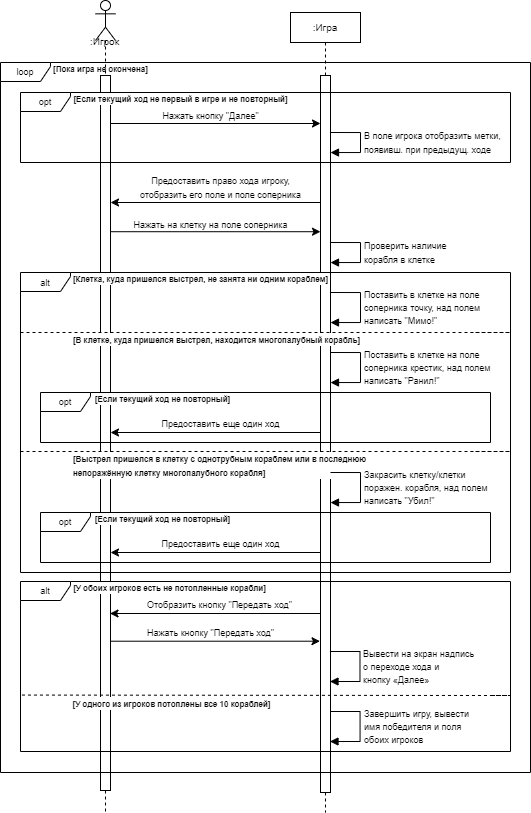
Earlier version of the draw.io export images/lab3_pr4.png (katefomkina/sea-battle). Source tidied: cells renumbered, new cells last; positions are measured from the earlier drawing's top-left corner, leaving out a move shared by most shapes. Its diagram source:
```xml
<mxGraphModel>
  <root>
    <mxCell id="0" />
    <mxCell id="1" parent="0" />
    <mxCell id="2" style="shape=umlLifeline;perimeter=lifelinePerimeter;whiteSpace=wrap;html=1;newEdgeStyle={&quot;curved&quot;:0,&quot;rounded&quot;:0};participant=umlActor;" parent="1" vertex="1">
      <mxGeometry x="95" width="20" height="812" as="geometry" />
    </mxCell>
    <mxCell id="3" style="html=1;perimeter=orthogonalPerimeter;targetShapes=umlLifeline;newEdgeStyle={&quot;curved&quot;:0,&quot;rounded&quot;:0};" parent="2" vertex="1">
      <mxGeometry x="5" y="75" width="10" height="715" as="geometry" />
    </mxCell>
    <mxCell id="4" value="&lt;font style=&quot;font-size: 10px;&quot;&gt;:Игра&lt;/font&gt;" style="shape=umlLifeline;perimeter=lifelinePerimeter;whiteSpace=wrap;html=1;newEdgeStyle={&quot;curved&quot;:0,&quot;rounded&quot;:0};size=30;" parent="1" vertex="1">
      <mxGeometry x="290" y="12" width="70" height="800" as="geometry" />
    </mxCell>
    <mxCell id="5" style="html=1;perimeter=orthogonalPerimeter;targetShapes=umlLifeline;newEdgeStyle={&quot;curved&quot;:0,&quot;rounded&quot;:0};" parent="4" vertex="1">
      <mxGeometry x="30" y="63" width="10" height="717" as="geometry" />
    </mxCell>
    <mxCell id="6" value="&lt;font style=&quot;font-size: 10px;&quot;&gt;:Игрок&lt;/font&gt;" style="text;html=1;align=center;verticalAlign=middle;strokeColor=none;fillColor=none;" parent="1" vertex="1">
      <mxGeometry x="79" y="26" width="50" height="30" as="geometry" />
    </mxCell>
    <mxCell id="7" style="endArrow=classic;html=1;rounded=0;" parent="1" edge="1">
      <mxGeometry relative="1" as="geometry">
        <mxPoint x="320" y="202" as="sourcePoint" />
        <mxPoint x="110" y="202" as="targetPoint" />
      </mxGeometry>
    </mxCell>
    <mxCell id="8" value="&lt;div&gt;&lt;br&gt;&lt;/div&gt;" style="edgeLabel;html=1;align=center;verticalAlign=middle;" parent="7" vertex="1">
      <mxGeometry x="0.15" y="2" relative="1" as="geometry">
        <mxPoint x="16" y="-18" as="offset" />
      </mxGeometry>
    </mxCell>
    <mxCell id="9" value="&lt;font style=&quot;font-size: 9px;&quot;&gt;Предоставить право хода игроку,&lt;br&gt;отобразить его поле и поле соперника&lt;/font&gt;" style="edgeLabel;html=1;align=center;verticalAlign=middle;" parent="7" vertex="1">
      <mxGeometry x="-0.11" relative="1" as="geometry">
        <mxPoint x="-8" y="-15" as="offset" />
      </mxGeometry>
    </mxCell>
    <mxCell id="10" style="endArrow=classic;html=1;rounded=0;" parent="1" edge="1">
      <mxGeometry relative="1" as="geometry">
        <mxPoint x="110" y="231.2" as="sourcePoint" />
        <mxPoint x="320" y="231.2" as="targetPoint" />
      </mxGeometry>
    </mxCell>
    <mxCell id="11" value="&lt;font style=&quot;font-size: 9px;&quot;&gt;Нажать на клетку на поле соперника&lt;/font&gt;" style="edgeLabel;html=1;align=center;verticalAlign=middle;" parent="10" vertex="1">
      <mxGeometry x="0.17" y="1" relative="1" as="geometry">
        <mxPoint x="-23" y="-7" as="offset" />
      </mxGeometry>
    </mxCell>
    <mxCell id="12" value="&lt;font style=&quot;font-size: 9px;&quot;&gt;loop&lt;/font&gt;" style="shape=umlFrame;whiteSpace=wrap;html=1;width=50;height=19;" parent="1" vertex="1">
      <mxGeometry y="62" width="530" height="710" as="geometry" />
    </mxCell>
    <mxCell id="13" value="&lt;b&gt;&lt;font style=&quot;font-size: 8px;&quot;&gt;[Пока игра&amp;nbsp;&lt;/font&gt;&lt;span style=&quot;font-size: 8px; background-color: initial;&quot;&gt;не окончена]&lt;/span&gt;&lt;/b&gt;" style="text;html=1;align=left;verticalAlign=middle;strokeColor=none;fillColor=none;" parent="1" vertex="1">
      <mxGeometry x="51" y="53" width="120" height="30" as="geometry" />
    </mxCell>
    <mxCell id="14" style="endArrow=classic;html=1;rounded=0;" parent="1" edge="1">
      <mxGeometry relative="1" as="geometry">
        <mxPoint x="110" y="123" as="sourcePoint" />
        <mxPoint x="320" y="123" as="targetPoint" />
      </mxGeometry>
    </mxCell>
    <mxCell id="15" value="&lt;font style=&quot;font-size: 9px;&quot;&gt;Нажать кнопку &quot;Далее&quot;&lt;/font&gt;" style="edgeLabel;html=1;align=center;verticalAlign=middle;" parent="14" vertex="1">
      <mxGeometry x="0.17" y="1" relative="1" as="geometry">
        <mxPoint x="-23" y="-7" as="offset" />
      </mxGeometry>
    </mxCell>
    <mxCell id="16" value="&lt;font style=&quot;font-size: 8px;&quot;&gt;&lt;b&gt;[Если текущий ход не первый в игре и не повторный]&lt;/b&gt;&lt;/font&gt;" style="edgeLabel;html=1;align=center;verticalAlign=middle;" parent="1" vertex="1">
      <mxGeometry x="180" y="98" as="geometry" />
    </mxCell>
    <mxCell id="17" value="&lt;font style=&quot;font-size: 9px;&quot;&gt;opt&lt;/font&gt;" style="shape=umlFrame;whiteSpace=wrap;html=1;width=50;height=19;" parent="1" vertex="1">
      <mxGeometry x="20" y="92" width="490" height="70" as="geometry" />
    </mxCell>
    <mxCell id="18" value="&lt;font style=&quot;font-size: 9px;&quot;&gt;&lt;font style=&quot;text-align: center;&quot;&gt;В поле игрока отобразить метки,&lt;/font&gt;&lt;/font&gt;&lt;div&gt;&lt;font style=&quot;font-size: 9px;&quot;&gt;&lt;font style=&quot;text-align: center;&quot;&gt;появивш.&amp;nbsp;&lt;/font&gt;&lt;span style=&quot;text-align: center;&quot;&gt;при предыдущ. ходе&lt;/span&gt;&lt;/font&gt;&lt;/div&gt;" style="html=1;align=left;spacingLeft=2;endArrow=block;rounded=0;edgeStyle=orthogonalEdgeStyle;curved=0;rounded=0;" parent="1" edge="1">
      <mxGeometry relative="1" as="geometry">
        <mxPoint x="330" y="132" as="sourcePoint" />
        <mxPoint x="330" y="152" as="targetPoint" />
        <Array as="points">
          <mxPoint x="360" y="132" />
          <mxPoint x="360" y="152" />
          <mxPoint x="330" y="152" />
        </Array>
      </mxGeometry>
    </mxCell>
    <mxCell id="19" value="&lt;font style=&quot;font-size: 9px;&quot;&gt;Проверить наличие&lt;/font&gt;&lt;div&gt;&lt;font style=&quot;font-size: 9px;&quot;&gt;корабля&amp;nbsp;&lt;/font&gt;&lt;span style=&quot;font-size: 9px;&quot;&gt;в клетке&lt;/span&gt;&lt;/div&gt;" style="html=1;align=left;spacingLeft=2;endArrow=block;rounded=0;edgeStyle=orthogonalEdgeStyle;curved=0;rounded=0;" parent="1" edge="1">
      <mxGeometry relative="1" as="geometry">
        <mxPoint x="330" y="242" as="sourcePoint" />
        <mxPoint x="330" y="262" as="targetPoint" />
        <Array as="points">
          <mxPoint x="360" y="242" />
          <mxPoint x="360" y="262" />
          <mxPoint x="330" y="262" />
        </Array>
      </mxGeometry>
    </mxCell>
    <mxCell id="20" value="&lt;font style=&quot;&quot;&gt;&lt;b style=&quot;font-size: 8px;&quot;&gt;[&lt;/b&gt;&lt;span style=&quot;font-size: 8px;&quot;&gt;&lt;b&gt;Клетка, куда пришелся выстрел, не занята ни одним кораблем&lt;/b&gt;&lt;/span&gt;&lt;b style=&quot;font-size: 8px;&quot;&gt;]&lt;/b&gt;&lt;/font&gt;" style="edgeLabel;html=1;align=center;verticalAlign=middle;" parent="1" vertex="1">
      <mxGeometry x="200" y="278" as="geometry" />
    </mxCell>
    <mxCell id="21" value="&lt;font style=&quot;font-size: 9px;&quot;&gt;alt&lt;/font&gt;" style="shape=umlFrame;whiteSpace=wrap;html=1;width=50;height=19;" parent="1" vertex="1">
      <mxGeometry x="20" y="272" width="490" height="300" as="geometry" />
    </mxCell>
    <mxCell id="22" value="&lt;font style=&quot;font-size: 9px;&quot;&gt;Поставить в клетке на поле&lt;/font&gt;&lt;div&gt;&lt;font style=&quot;font-size: 9px;&quot;&gt;соперника точку, над полем&lt;/font&gt;&lt;/div&gt;&lt;div&gt;&lt;span style=&quot;font-size: 9px;&quot;&gt;написать &quot;Мимо!&quot;&lt;/span&gt;&lt;/div&gt;" style="html=1;align=left;spacingLeft=2;endArrow=block;rounded=0;edgeStyle=orthogonalEdgeStyle;curved=0;rounded=0;" parent="1" edge="1">
      <mxGeometry relative="1" as="geometry">
        <mxPoint x="330" y="292" as="sourcePoint" />
        <mxPoint x="330" y="322" as="targetPoint" />
        <Array as="points">
          <mxPoint x="360" y="292" />
          <mxPoint x="360" y="322" />
          <mxPoint x="330" y="322" />
        </Array>
      </mxGeometry>
    </mxCell>
    <mxCell id="23" style="endArrow=none;dashed=1;html=1;rounded=0;" parent="1" edge="1">
      <mxGeometry relative="1" as="geometry">
        <mxPoint x="20" y="332" as="sourcePoint" />
        <mxPoint x="470" y="332" as="targetPoint" />
        <Array as="points">
          <mxPoint x="470" y="332" />
          <mxPoint x="510" y="332" />
        </Array>
      </mxGeometry>
    </mxCell>
    <mxCell id="24" value="&lt;font style=&quot;&quot;&gt;&lt;b style=&quot;font-size: 8px;&quot;&gt;[&lt;/b&gt;&lt;span style=&quot;font-size: 8px;&quot;&gt;&lt;b&gt;В клетке, куда пришелся выстрел, находится многопалубный корабль&lt;/b&gt;&lt;/span&gt;&lt;b style=&quot;font-size: 8px;&quot;&gt;]&lt;/b&gt;&lt;/font&gt;" style="edgeLabel;html=1;align=center;verticalAlign=middle;" parent="1" vertex="1">
      <mxGeometry x="216" y="339" as="geometry" />
    </mxCell>
    <mxCell id="25" value="&lt;font style=&quot;font-size: 9px;&quot;&gt;Поставить в клетке на поле&lt;/font&gt;&lt;div&gt;&lt;font style=&quot;font-size: 9px;&quot;&gt;соперника крестик, над полем&lt;/font&gt;&lt;/div&gt;&lt;div&gt;&lt;span style=&quot;font-size: 9px;&quot;&gt;написать &quot;Ранил!&quot;&lt;/span&gt;&lt;/div&gt;" style="html=1;align=left;spacingLeft=2;endArrow=block;rounded=0;edgeStyle=orthogonalEdgeStyle;curved=0;rounded=0;" parent="1" edge="1">
      <mxGeometry relative="1" as="geometry">
        <mxPoint x="329.9" y="352" as="sourcePoint" />
        <mxPoint x="330" y="382" as="targetPoint" />
        <Array as="points">
          <mxPoint x="360" y="352" />
          <mxPoint x="360" y="382" />
          <mxPoint x="330" y="382" />
        </Array>
      </mxGeometry>
    </mxCell>
    <mxCell id="26" style="endArrow=classic;html=1;rounded=0;" parent="1" edge="1">
      <mxGeometry relative="1" as="geometry">
        <mxPoint x="320" y="432" as="sourcePoint" />
        <mxPoint x="110" y="432" as="targetPoint" />
      </mxGeometry>
    </mxCell>
    <mxCell id="27" value="&lt;div&gt;&lt;br&gt;&lt;/div&gt;" style="edgeLabel;html=1;align=center;verticalAlign=middle;" parent="26" vertex="1">
      <mxGeometry x="0.15" y="2" relative="1" as="geometry">
        <mxPoint x="16" y="-18" as="offset" />
      </mxGeometry>
    </mxCell>
    <mxCell id="28" value="&lt;font style=&quot;font-size: 9px;&quot;&gt;Предоставить еще один ход&lt;br&gt;&lt;/font&gt;" style="edgeLabel;html=1;align=center;verticalAlign=middle;" parent="26" vertex="1">
      <mxGeometry x="-0.11" relative="1" as="geometry">
        <mxPoint x="-8" y="-9" as="offset" />
      </mxGeometry>
    </mxCell>
    <mxCell id="29" value="&lt;font style=&quot;&quot;&gt;&lt;b style=&quot;font-size: 8px;&quot;&gt;[&lt;/b&gt;&lt;span style=&quot;font-size: 8px;&quot;&gt;&lt;b&gt;Выстрел пришелся в клетку с однотрубным кораблем или в последнюю&lt;/b&gt;&lt;/span&gt;&lt;/font&gt;&lt;div style=&quot;text-align: left;&quot;&gt;&lt;font style=&quot;&quot;&gt;&lt;span style=&quot;font-size: 8px;&quot;&gt;&lt;b&gt;непоражённую клетку многопалубного корабля&lt;/b&gt;&lt;/span&gt;&lt;b style=&quot;font-size: 8px;&quot;&gt;]&lt;/b&gt;&lt;/font&gt;&lt;/div&gt;" style="edgeLabel;html=1;align=center;verticalAlign=middle;" parent="1" vertex="1">
      <mxGeometry x="219" y="465" as="geometry" />
    </mxCell>
    <mxCell id="30" style="endArrow=none;dashed=1;html=1;rounded=0;" parent="1" edge="1">
      <mxGeometry relative="1" as="geometry">
        <mxPoint x="20" y="451" as="sourcePoint" />
        <mxPoint x="470" y="451" as="targetPoint" />
        <Array as="points">
          <mxPoint x="470" y="451" />
          <mxPoint x="510" y="451" />
        </Array>
      </mxGeometry>
    </mxCell>
    <mxCell id="31" value="&lt;font style=&quot;font-size: 9px;&quot;&gt;Закрасить клетку/клетки&lt;/font&gt;&lt;div&gt;&lt;font style=&quot;font-size: 9px;&quot;&gt;поражен.&amp;nbsp;&lt;/font&gt;&lt;font style=&quot;font-size: 9px;&quot;&gt;корабля&lt;/font&gt;&lt;span style=&quot;font-size: 9px;&quot;&gt;, над полем&lt;/span&gt;&lt;div&gt;&lt;span style=&quot;font-size: 9px;&quot;&gt;написать &quot;Убил!&quot;&lt;/span&gt;&lt;/div&gt;&lt;/div&gt;" style="html=1;align=left;spacingLeft=2;endArrow=block;rounded=0;edgeStyle=orthogonalEdgeStyle;curved=0;rounded=0;" parent="1" edge="1">
      <mxGeometry relative="1" as="geometry">
        <mxPoint x="330" y="472" as="sourcePoint" />
        <mxPoint x="330" y="502" as="targetPoint" />
        <Array as="points">
          <mxPoint x="360" y="472" />
          <mxPoint x="360" y="502" />
          <mxPoint x="330" y="502" />
        </Array>
      </mxGeometry>
    </mxCell>
    <mxCell id="32" value="&lt;font style=&quot;&quot;&gt;&lt;b style=&quot;font-size: 8px;&quot;&gt;[У обоих игроков есть не потопленные корабли&lt;/b&gt;&lt;b style=&quot;font-size: 8px;&quot;&gt;]&lt;/b&gt;&lt;/font&gt;" style="edgeLabel;html=1;align=center;verticalAlign=middle;" parent="1" vertex="1">
      <mxGeometry x="168.5" y="587" as="geometry" />
    </mxCell>
    <mxCell id="33" value="&lt;font style=&quot;font-size: 9px;&quot;&gt;alt&lt;/font&gt;" style="shape=umlFrame;whiteSpace=wrap;html=1;width=50;height=19;" parent="1" vertex="1">
      <mxGeometry x="20" y="581" width="490" height="170" as="geometry" />
    </mxCell>
    <mxCell id="34" style="endArrow=classic;html=1;rounded=0;" parent="1" edge="1">
      <mxGeometry relative="1" as="geometry">
        <mxPoint x="319.5" y="613" as="sourcePoint" />
        <mxPoint x="109.5" y="613" as="targetPoint" />
      </mxGeometry>
    </mxCell>
    <mxCell id="35" value="&lt;div&gt;&lt;br&gt;&lt;/div&gt;" style="edgeLabel;html=1;align=center;verticalAlign=middle;" parent="34" vertex="1">
      <mxGeometry x="0.15" y="2" relative="1" as="geometry">
        <mxPoint x="16" y="-18" as="offset" />
      </mxGeometry>
    </mxCell>
    <mxCell id="36" value="&lt;font style=&quot;font-size: 9px;&quot;&gt;Отобразить кнопку &quot;Передать ход&quot;&lt;br&gt;&lt;/font&gt;" style="edgeLabel;html=1;align=center;verticalAlign=middle;" parent="34" vertex="1">
      <mxGeometry x="-0.11" relative="1" as="geometry">
        <mxPoint x="-8" y="-9" as="offset" />
      </mxGeometry>
    </mxCell>
    <mxCell id="37" style="endArrow=classic;html=1;rounded=0;" parent="1" edge="1">
      <mxGeometry relative="1" as="geometry">
        <mxPoint x="109.5" y="640.7" as="sourcePoint" />
        <mxPoint x="319.5" y="640.7" as="targetPoint" />
      </mxGeometry>
    </mxCell>
    <mxCell id="38" value="&lt;font style=&quot;font-size: 9px;&quot;&gt;Нажать кнопку &quot;Передать ход&quot;&lt;/font&gt;" style="edgeLabel;html=1;align=center;verticalAlign=middle;" parent="37" vertex="1">
      <mxGeometry x="0.17" y="1" relative="1" as="geometry">
        <mxPoint x="-23" y="-8" as="offset" />
      </mxGeometry>
    </mxCell>
    <mxCell id="39" value="&lt;font style=&quot;font-size: 9px;&quot;&gt;Вывести на экран надпись&lt;/font&gt;&lt;div&gt;&lt;font style=&quot;font-size: 9px;&quot;&gt;о переходе хода&amp;nbsp;&lt;/font&gt;&lt;span style=&quot;font-size: 9px;&quot;&gt;и&lt;/span&gt;&lt;/div&gt;&lt;div&gt;&lt;span style=&quot;font-size: 9px;&quot;&gt;кнопку «Далее»&lt;/span&gt;&lt;/div&gt;" style="html=1;align=left;spacingLeft=2;endArrow=block;rounded=0;edgeStyle=orthogonalEdgeStyle;curved=0;rounded=0;" parent="1" edge="1">
      <mxGeometry relative="1" as="geometry">
        <mxPoint x="329.4" y="651" as="sourcePoint" />
        <mxPoint x="329.5" y="681" as="targetPoint" />
        <Array as="points">
          <mxPoint x="359.5" y="651" />
          <mxPoint x="359.5" y="681" />
          <mxPoint x="329.5" y="681" />
        </Array>
      </mxGeometry>
    </mxCell>
    <mxCell id="40" style="endArrow=none;dashed=1;html=1;rounded=0;exitX=0.003;exitY=0.668;exitDx=0;exitDy=0;exitPerimeter=0;" parent="1" edge="1" source="33">
      <mxGeometry relative="1" as="geometry">
        <mxPoint x="490.5" y="695" as="targetPoint" />
        <Array as="points">
          <mxPoint x="490.5" y="695" />
          <mxPoint x="510" y="695" />
        </Array>
      </mxGeometry>
    </mxCell>
    <mxCell id="41" value="&lt;font style=&quot;&quot;&gt;&lt;b style=&quot;font-size: 8px;&quot;&gt;[У одного из игроков&amp;nbsp;потоплены все 10 кораблей&lt;/b&gt;&lt;b style=&quot;font-size: 8px;&quot;&gt;]&lt;/b&gt;&lt;/font&gt;" style="edgeLabel;html=1;align=center;verticalAlign=middle;" parent="1" vertex="1">
      <mxGeometry x="170.5" y="703" as="geometry" />
    </mxCell>
    <mxCell id="42" value="&lt;font style=&quot;font-size: 9px;&quot;&gt;Завершить игру, вывести&lt;/font&gt;&lt;div&gt;&lt;font style=&quot;font-size: 9px;&quot;&gt;имя&amp;nbsp;&lt;/font&gt;&lt;span style=&quot;font-size: 9px;&quot;&gt;победителя и поля&lt;/span&gt;&lt;/div&gt;&lt;div&gt;&lt;span style=&quot;font-size: 9px;&quot;&gt;обоих игроков&lt;/span&gt;&lt;/div&gt;" style="html=1;align=left;spacingLeft=2;endArrow=block;rounded=0;edgeStyle=orthogonalEdgeStyle;curved=0;rounded=0;" parent="1" edge="1">
      <mxGeometry relative="1" as="geometry">
        <mxPoint x="329.5" y="711" as="sourcePoint" />
        <mxPoint x="329.5" y="741" as="targetPoint" />
        <Array as="points">
          <mxPoint x="359.5" y="711" />
          <mxPoint x="359.5" y="741" />
          <mxPoint x="329.5" y="741" />
        </Array>
      </mxGeometry>
    </mxCell>
    <mxCell id="43" value="&lt;font style=&quot;font-size: 8px;&quot;&gt;&lt;b&gt;[Если текущий ход не повторный]&lt;/b&gt;&lt;/font&gt;" style="edgeLabel;html=1;align=center;verticalAlign=middle;" parent="1" vertex="1">
      <mxGeometry x="162" y="398" as="geometry" />
    </mxCell>
    <mxCell id="44" value="&lt;font style=&quot;font-size: 9px;&quot;&gt;opt&lt;/font&gt;" style="shape=umlFrame;whiteSpace=wrap;html=1;width=50;height=19;" parent="1" vertex="1">
      <mxGeometry x="40" y="392" width="450" height="50" as="geometry" />
    </mxCell>
    <mxCell id="45" style="endArrow=classic;html=1;rounded=0;" parent="1" edge="1">
      <mxGeometry relative="1" as="geometry">
        <mxPoint x="320" y="552" as="sourcePoint" />
        <mxPoint x="110" y="552" as="targetPoint" />
      </mxGeometry>
    </mxCell>
    <mxCell id="46" value="&lt;div&gt;&lt;br&gt;&lt;/div&gt;" style="edgeLabel;html=1;align=center;verticalAlign=middle;" parent="45" vertex="1">
      <mxGeometry x="0.15" y="2" relative="1" as="geometry">
        <mxPoint x="16" y="-18" as="offset" />
      </mxGeometry>
    </mxCell>
    <mxCell id="47" value="&lt;font style=&quot;font-size: 9px;&quot;&gt;Предоставить еще один ход&lt;br&gt;&lt;/font&gt;" style="edgeLabel;html=1;align=center;verticalAlign=middle;" parent="45" vertex="1">
      <mxGeometry x="-0.11" relative="1" as="geometry">
        <mxPoint x="-8" y="-9" as="offset" />
      </mxGeometry>
    </mxCell>
    <mxCell id="48" value="&lt;font style=&quot;font-size: 8px;&quot;&gt;&lt;b&gt;[Если текущий ход не повторный]&lt;/b&gt;&lt;/font&gt;" style="edgeLabel;html=1;align=center;verticalAlign=middle;" parent="1" vertex="1">
      <mxGeometry x="162" y="518" as="geometry" />
    </mxCell>
    <mxCell id="49" value="&lt;font style=&quot;font-size: 9px;&quot;&gt;opt&lt;/font&gt;" style="shape=umlFrame;whiteSpace=wrap;html=1;width=50;height=19;" parent="1" vertex="1">
      <mxGeometry x="40" y="512" width="450" height="50" as="geometry" />
    </mxCell>
  </root>
</mxGraphModel>
```
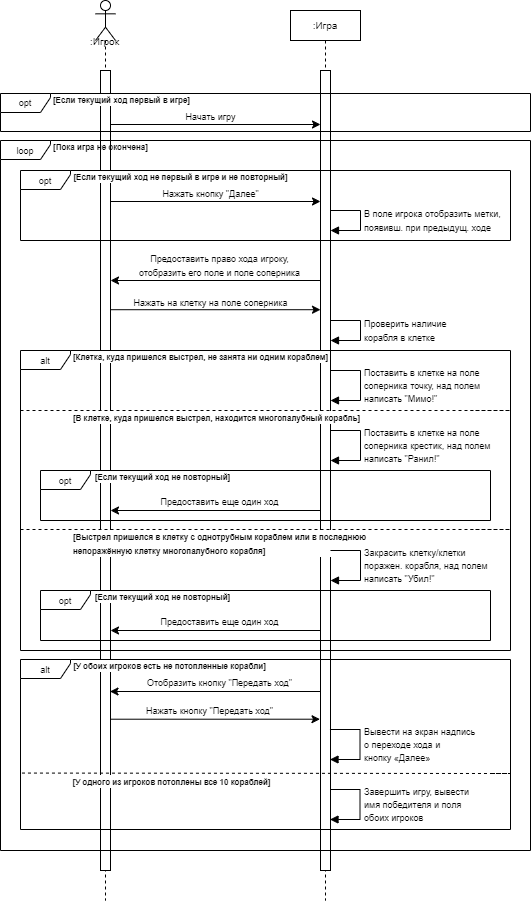
The same diagram one commit later.

What changed in the source:
```diff
@@ -3,19 +3,19 @@
     <mxCell id="0" />
     <mxCell id="1" parent="0" />
     <mxCell id="2" style="shape=umlLifeline;perimeter=lifelinePerimeter;whiteSpace=wrap;html=1;newEdgeStyle={&quot;curved&quot;:0,&quot;rounded&quot;:0};participant=umlActor;" parent="1" vertex="1">
-      <mxGeometry x="95" width="20" height="812" as="geometry" />
+      <mxGeometry x="95" y="-78" width="20" height="900" as="geometry" />
     </mxCell>
     <mxCell id="3" style="html=1;perimeter=orthogonalPerimeter;targetShapes=umlLifeline;newEdgeStyle={&quot;curved&quot;:0,&quot;rounded&quot;:0};" parent="2" vertex="1">
-      <mxGeometry x="5" y="75" width="10" height="715" as="geometry" />
+      <mxGeometry x="5" y="70" width="10" height="800" as="geometry" />
     </mxCell>
     <mxCell id="4" value="&lt;font style=&quot;font-size: 10px;&quot;&gt;:Игра&lt;/font&gt;" style="shape=umlLifeline;perimeter=lifelinePerimeter;whiteSpace=wrap;html=1;newEdgeStyle={&quot;curved&quot;:0,&quot;rounded&quot;:0};size=30;" parent="1" vertex="1">
-      <mxGeometry x="290" y="12" width="70" height="800" as="geometry" />
+      <mxGeometry x="290" y="-68" width="70" height="890" as="geometry" />
     </mxCell>
     <mxCell id="5" style="html=1;perimeter=orthogonalPerimeter;targetShapes=umlLifeline;newEdgeStyle={&quot;curved&quot;:0,&quot;rounded&quot;:0};" parent="4" vertex="1">
-      <mxGeometry x="30" y="63" width="10" height="717" as="geometry" />
+      <mxGeometry x="30" y="60" width="10" height="800" as="geometry" />
     </mxCell>
     <mxCell id="6" value="&lt;font style=&quot;font-size: 10px;&quot;&gt;:Игрок&lt;/font&gt;" style="text;html=1;align=center;verticalAlign=middle;strokeColor=none;fillColor=none;" parent="1" vertex="1">
-      <mxGeometry x="79" y="26" width="50" height="30" as="geometry" />
+      <mxGeometry x="79" y="-52" width="50" height="30" as="geometry" />
     </mxCell>
     <mxCell id="7" style="endArrow=classic;html=1;rounded=0;" parent="1" edge="1">
       <mxGeometry relative="1" as="geometry">
@@ -265,5 +265,22 @@
     <mxCell id="49" value="&lt;font style=&quot;font-size: 9px;&quot;&gt;opt&lt;/font&gt;" style="shape=umlFrame;whiteSpace=wrap;html=1;width=50;height=19;" parent="1" vertex="1">
       <mxGeometry x="40" y="512" width="450" height="50" as="geometry" />
     </mxCell>
+    <mxCell id="50" style="endArrow=classic;html=1;rounded=0;" parent="1" edge="1">
+      <mxGeometry relative="1" as="geometry">
+        <mxPoint x="110" y="46" as="sourcePoint" />
+        <mxPoint x="320" y="46" as="targetPoint" />
+      </mxGeometry>
+    </mxCell>
+    <mxCell id="51" value="&lt;font style=&quot;font-size: 9px;&quot;&gt;Начать игру&lt;/font&gt;" style="edgeLabel;html=1;align=center;verticalAlign=middle;" parent="50" vertex="1">
+      <mxGeometry x="0.17" y="1" relative="1" as="geometry">
+        <mxPoint x="-23" y="-7" as="offset" />
+      </mxGeometry>
+    </mxCell>
+    <mxCell id="52" value="&lt;font style=&quot;font-size: 8px;&quot;&gt;&lt;b&gt;[Если текущий ход первый в игре]&lt;/b&gt;&lt;/font&gt;" style="edgeLabel;html=1;align=center;verticalAlign=middle;" parent="1" vertex="1">
+      <mxGeometry x="121" y="21" as="geometry" />
+    </mxCell>
+    <mxCell id="53" value="&lt;font style=&quot;font-size: 9px;&quot;&gt;opt&lt;/font&gt;" style="shape=umlFrame;whiteSpace=wrap;html=1;width=50;height=19;" parent="1" vertex="1">
+      <mxGeometry y="15" width="530" height="38" as="geometry" />
+    </mxCell>
   </root>
 </mxGraphModel>
```
